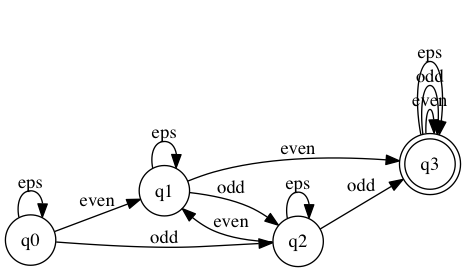
Above: spec.dot.png in sdierauf/automata-and-languages-lab2 (Graphviz), before the change. Its source is kept beside it as spec.dot.
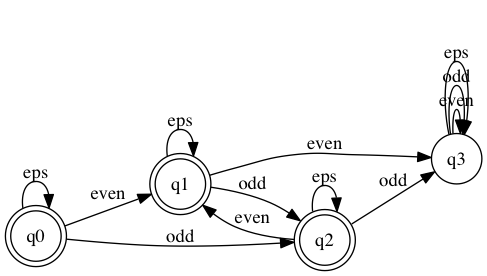
After the commit.

The edit, as a diff of the source:
```diff
@@ -1,6 +1,6 @@
 digraph finite_state_machine {
 	rankdir=LR;
-	node [shape = doublecircle]; q3
+	node [shape = doublecircle]; q0; q1; q2
 	 node [shape = circle];
 	q0 -> q0 [ label = "eps"];
 	q0 -> q1 [ label = "even"];
```
